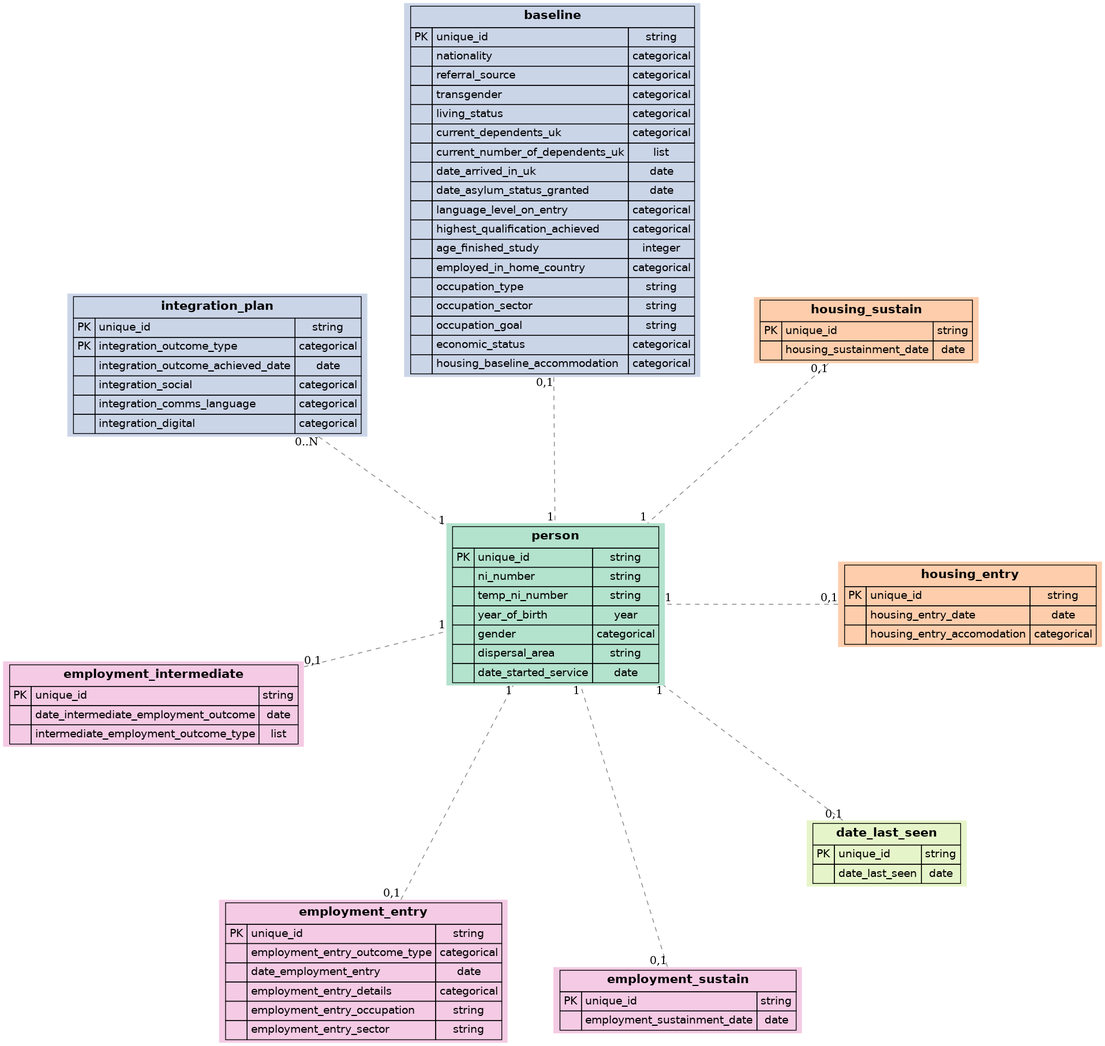
Earlier version of the Graphviz export assets/spec/record-relationships.png (SocialFinanceDigitalLabs/RTOF-specification). Its source is kept beside it as assets/spec/record-relationships.dot.
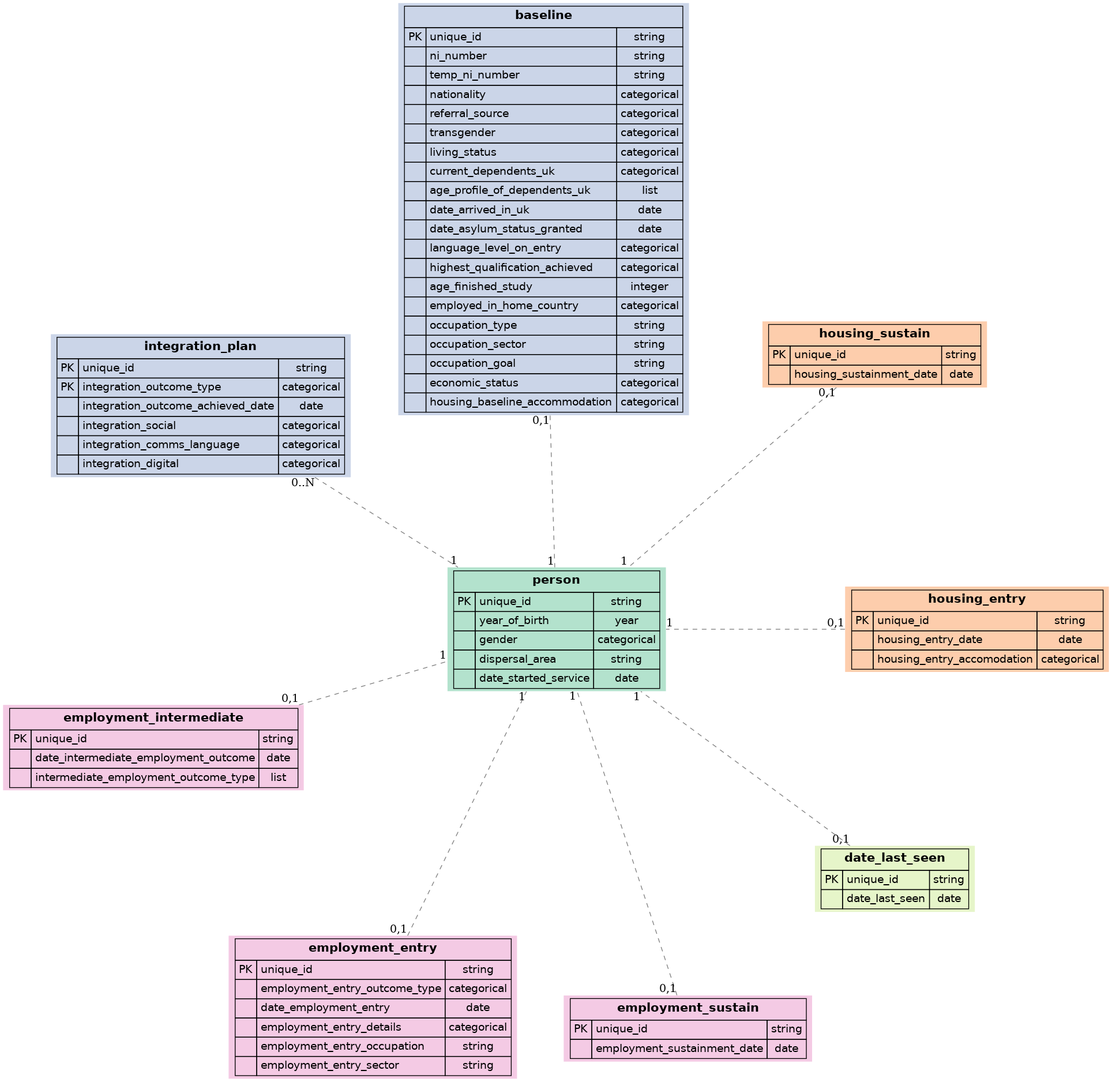
The same diagram one commit later.

The edit, as a diff of the source:
```diff
@@ -19,16 +19,6 @@
         <TR>
             <TD>PK</TD>
             <TD ALIGN="LEFT">unique_id</TD>
-            <TD ALIGN="CENTER">string</TD>
-        </TR>
-        <TR>
-            <TD></TD>
-            <TD ALIGN="LEFT">ni_number</TD>
-            <TD ALIGN="CENTER">string</TD>
-        </TR>
-        <TR>
-            <TD></TD>
-            <TD ALIGN="LEFT">temp_ni_number</TD>
             <TD ALIGN="CENTER">string</TD>
         </TR>
         <TR>
@@ -113,6 +103,16 @@
         </TR>
         <TR>
             <TD></TD>
+            <TD ALIGN="LEFT">ni_number</TD>
+            <TD ALIGN="CENTER">string</TD>
+        </TR>
+        <TR>
+            <TD></TD>
+            <TD ALIGN="LEFT">temp_ni_number</TD>
+            <TD ALIGN="CENTER">string</TD>
+        </TR>
+        <TR>
+            <TD></TD>
             <TD ALIGN="LEFT">nationality</TD>
             <TD ALIGN="CENTER">categorical</TD>
         </TR>
@@ -138,7 +138,7 @@
         </TR>
         <TR>
             <TD></TD>
-            <TD ALIGN="LEFT">current_number_of_dependents_uk</TD>
+            <TD ALIGN="LEFT">age_profile_of_dependents_uk</TD>
             <TD ALIGN="CENTER">list</TD>
         </TR>
         <TR>
```
